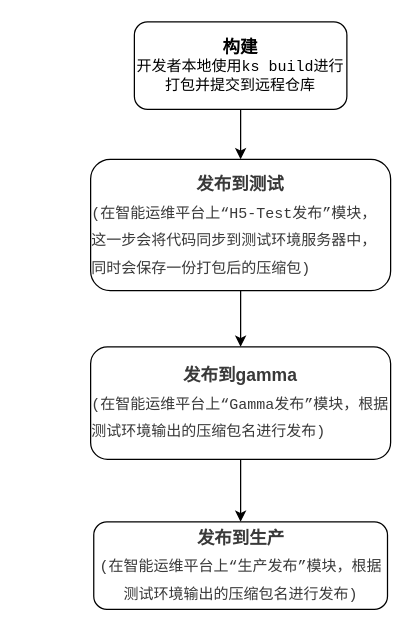
ks-stack/drawio keeps this draw.io diagram as 智能运维.drawio. Above is the earlier version. Source tidied: cells renumbered, new cells numbered last; positions are measured from the earlier drawing's top-left corner, leaving out a move shared by most shapes. Both pictures are drawn from the tidied source at 125%, with x=0, y=0 at pixel (90, 21).
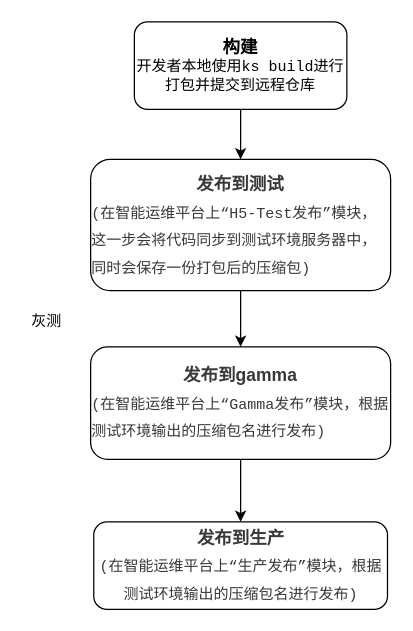
After the change.

What changed in the source:
```diff
@@
 <mxGraphModel>
   <root>
     <mxCell id="0" />
     <mxCell id="1" parent="0" />
     <mxCell id="2" style="edgeStyle=orthogonalEdgeStyle;rounded=0;jettySize=auto;html=1;" parent="1" edge="1" source="3" target="8">
       <mxGeometry relative="1" as="geometry" />
     </mxCell>
     <mxCell id="3" value="&lt;font style=&quot;font-size: 14px&quot;&gt;&lt;b&gt;构建&lt;br&gt;&lt;/b&gt;&lt;/font&gt;&lt;font face=&quot;Courier New&quot; style=&quot;font-size: 12px&quot;&gt;开发者本地使用ks build进行打包并提交到远程仓库&lt;/font&gt;" style="rounded=1;whiteSpace=wrap;html=1;" parent="1" vertex="1">
       <mxGeometry x="35" width="170" height="70" as="geometry" />
     </mxCell>
     <mxCell id="4" style="edgeStyle=orthogonalEdgeStyle;rounded=0;jettySize=auto;html=1;" parent="1" edge="1" source="5" target="6">
       <mxGeometry relative="1" as="geometry" />
     </mxCell>
     <mxCell id="5" value="&lt;div style=&quot;line-height: 1.75 ; font-size: 14px&quot;&gt;&lt;span style=&quot;color: rgb(57 , 57 , 57)&quot;&gt;&lt;b&gt;发布到gamma&lt;/b&gt;&lt;/span&gt;&lt;/div&gt;&lt;div style=&quot;text-align: left ; line-height: 1.75&quot;&gt;&lt;span style=&quot;color: rgb(57 , 57 , 57)&quot;&gt;&lt;font style=&quot;font-size: 12px&quot; face=&quot;Courier New&quot;&gt;(在智能运维平台上“Gamma发布”模块，根据测试环境输出的压缩包名进行发布)&lt;/font&gt;&lt;/span&gt;&lt;/div&gt;" style="rounded=1;whiteSpace=wrap;html=1;" parent="1" vertex="1">
       <mxGeometry y="260" width="240" height="90" as="geometry" />
     </mxCell>
     <mxCell id="6" value="&lt;div style=&quot;line-height: 1.75 ; font-size: 14px&quot;&gt;&lt;span style=&quot;color: rgb(57 , 57 , 57)&quot;&gt;&lt;b&gt;发布到生产&lt;/b&gt;&lt;/span&gt;&lt;/div&gt;&lt;div style=&quot;line-height: 1.75&quot;&gt;&lt;span style=&quot;color: rgb(57 , 57 , 57)&quot;&gt;&lt;font face=&quot;Courier New&quot; style=&quot;font-size: 12px&quot;&gt;(在智能运维平台上“生产发布”模块，根据测试环境输出的压缩包名进行发布)&lt;/font&gt;&lt;/span&gt;&lt;/div&gt;" style="rounded=1;whiteSpace=wrap;html=1;" parent="1" vertex="1">
       <mxGeometry x="2.5" y="400" width="235" height="70" as="geometry" />
     </mxCell>
     <mxCell id="7" style="edgeStyle=orthogonalEdgeStyle;rounded=0;jettySize=auto;html=1;" parent="1" edge="1" source="8" target="5">
       <mxGeometry relative="1" as="geometry" />
     </mxCell>
     <mxCell id="8" value="&lt;div style=&quot;line-height: 1.75 ; font-size: 14px&quot;&gt;&lt;span style=&quot;color: rgb(57 , 57 , 57)&quot;&gt;&lt;b&gt;发布到测试&lt;/b&gt;&lt;/span&gt;&lt;/div&gt;&lt;div style=&quot;text-align: left ; line-height: 1.75&quot;&gt;&lt;span style=&quot;color: rgb(57 , 57 , 57)&quot;&gt;&lt;font face=&quot;Courier New&quot; style=&quot;font-size: 12px&quot;&gt;(在智能运维平台上“H5-Test发布”模块，这一步会将代码同步到测试环境服务器中，同时会保存一份打包后的压缩包)&lt;/font&gt;&lt;/span&gt;&lt;/div&gt;" style="rounded=1;whiteSpace=wrap;html=1;" parent="1" vertex="1">
       <mxGeometry y="110" width="240" height="105" as="geometry" />
     </mxCell>
+    <mxCell id="9" value="灰测" style="text;html=1;strokeColor=none;fillColor=none;align=center;verticalAlign=middle;whiteSpace=wrap;rounded=0;" parent="1" vertex="1">
+      <mxGeometry x="-55" y="230" width="40" height="20" as="geometry" />
+    </mxCell>
   </root>
 </mxGraphModel>
```
